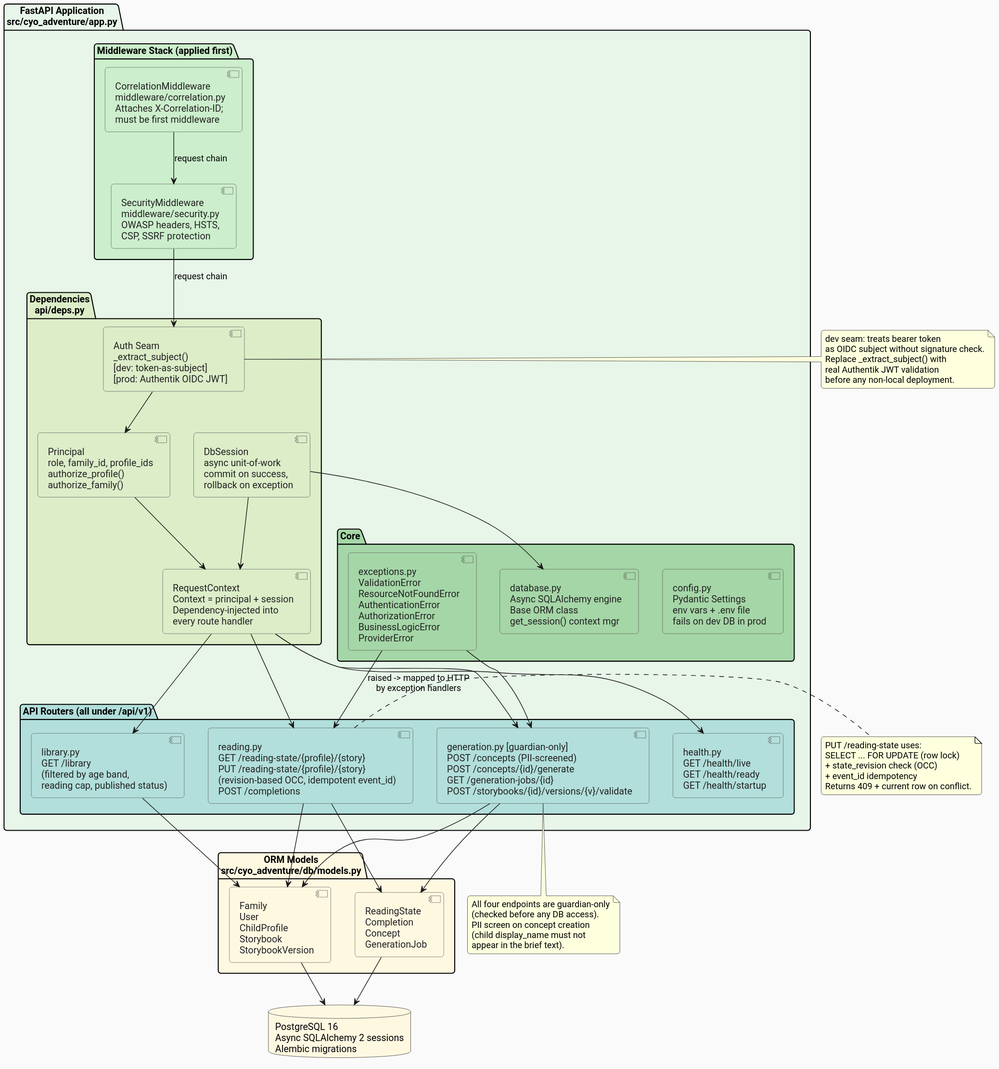
ByronWilliamsCPA/cyo-adventure keeps this PlantUML diagram as docs/architecture/diagrams/component-api-persistence.svg. Above is the earlier version. The source it was exported from:
```plantuml
@startuml

skinparam defaultFontName "Roboto"
skinparam backgroundColor #FAFAFA
skinparam roundCorner 8
skinparam componentStyle uml2

skinparam component {
  BorderColor #555555
  FontColor #222222
}

package "FastAPI Application\nsrc/cyo_adventure/app.py" #E8F5E9 {

  package "Middleware Stack (applied first)" #CCEECC {
    component "CorrelationMiddleware\nmiddleware/correlation.py\nAttaches X-Correlation-ID;\nmust be first middleware" as corr_mw #CCEECC
    component "SecurityMiddleware\nmiddleware/security.py\nOWASP headers, HSTS,\nCSP, SSRF protection" as sec_mw #CCEECC
  }

  package "Dependencies\napi/deps.py" #DCEDC8 {
    component "Auth Seam\n_extract_subject()\n[dev: token-as-subject]\n[prod: Authentik OIDC JWT]" as auth_seam #DCEDC8
    component "Principal\nrole, family_id, profile_ids\nauthorize_profile()\nauthorize_family()" as principal #DCEDC8
    component "DbSession\nasync unit-of-work\ncommit on success,\nrollback on exception" as db_session_dep #DCEDC8
    component "RequestContext\nContext = principal + session\nDependency-injected into\nevery route handler" as ctx #DCEDC8
  }

  package "API Routers (all under /api/v1)" #B2DFDB {
    component "health.py\nGET /health/live\nGET /health/ready\nGET /health/startup" as health_router #B2DFDB

    component "library.py\nGET /library\n(filtered by age band,\nreading cap, published status)" as library_router #B2DFDB

    component "reading.py\nGET /reading-state/{profile}/{story}\nPUT /reading-state/{profile}/{story}\n(revision-based OCC, idempotent event_id)\nPOST /completions" as reading_router #B2DFDB

    component "generation.py [guardian-only]\nPOST /concepts (PII-screened)\nPOST /concepts/{id}/generate\nGET /generation-jobs/{id}\nPOST /storybooks/{id}/versions/{v}/validate" as gen_router #B2DFDB
  }

  package "Core" #A5D6A7 {
    component "config.py\nPydantic Settings\nenv vars + .env file\nfails on dev DB in prod" as config #A5D6A7
    component "database.py\nAsync SQLAlchemy engine\nBase ORM class\nget_session() context mgr" as database #A5D6A7
    component "exceptions.py\nValidationError\nResourceNotFoundError\nAuthenticationError\nAuthorizationError\nBusinessLogicError\nProviderError" as exceptions #A5D6A7
  }

}

package "ORM Models\nsrc/cyo_adventure/db/models.py" #FFF8E1 {
  component "Family\nUser\nChildProfile\nStorybook\nStorybookVersion" as models_a #FFF8E1
  component "ReadingState\nCompletion\nConcept\nGenerationJob" as models_b #FFF8E1
}

database "PostgreSQL 16\nAsync SQLAlchemy 2 sessions\nAlembic migrations" as pg #FFF8E1

corr_mw --> sec_mw : "request chain"
sec_mw --> auth_seam : "request chain"
auth_seam --> principal
db_session_dep --> database
principal --> ctx
db_session_dep --> ctx
ctx --> reading_router
ctx --> library_router
ctx --> gen_router
ctx --> health_router

reading_router --> models_a
reading_router --> models_b
library_router --> models_a
gen_router --> models_a
gen_router --> models_b

models_a --> pg
models_b --> pg

exceptions --> reading_router : "raised -> mapped to HTTP\nby exception handlers"
exceptions --> gen_router

note right of auth_seam
  dev seam: treats bearer token
  as OIDC subject without signature check.
  Replace _extract_subject() with
  real Authentik JWT validation
  before any non-local deployment.
end note

note right of reading_router
  PUT /reading-state uses:
  SELECT ... FOR UPDATE (row lock)
  + state_revision check (OCC)
  + event_id idempotency
  Returns 409 + current row on conflict.
end note

note bottom of gen_router
  All four endpoints are guardian-only
  (checked before any DB access).
  PII screen on concept creation
  (child display_name must not
  appear in the brief text).
end note
@enduml
```
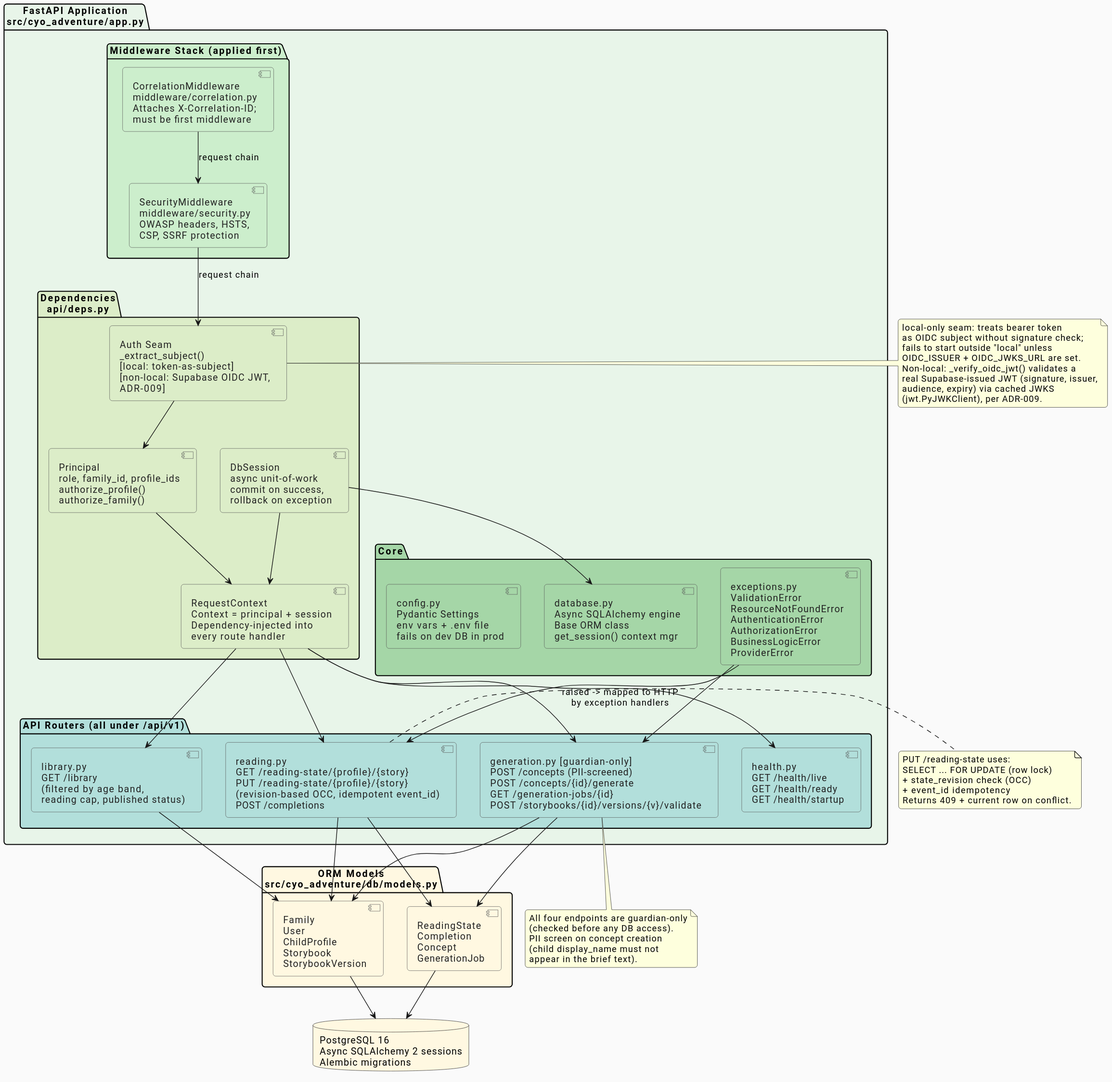
The same diagram one commit later.

Diff of the diagram source:
```diff
@@ -18,7 +18,7 @@
   }
 
   package "Dependencies\napi/deps.py" #DCEDC8 {
-    component "Auth Seam\n_extract_subject()\n[dev: token-as-subject]\n[prod: Authentik OIDC JWT]" as auth_seam #DCEDC8
+    component "Auth Seam\n_extract_subject()\n[local: token-as-subject]\n[non-local: Supabase OIDC JWT,\nADR-009]" as auth_seam #DCEDC8
     component "Principal\nrole, family_id, profile_ids\nauthorize_profile()\nauthorize_family()" as principal #DCEDC8
     component "DbSession\nasync unit-of-work\ncommit on success,\nrollback on exception" as db_session_dep #DCEDC8
     component "RequestContext\nContext = principal + session\nDependency-injected into\nevery route handler" as ctx #DCEDC8
@@ -73,11 +73,14 @@
 exceptions --> gen_router
 
 note right of auth_seam
-  dev seam: treats bearer token
-  as OIDC subject without signature check.
-  Replace _extract_subject() with
-  real Authentik JWT validation
-  before any non-local deployment.
+  local-only seam: treats bearer token
+  as OIDC subject without signature check;
+  fails to start outside "local" unless
+  OIDC_ISSUER + OIDC_JWKS_URL are set.
+  Non-local: _verify_oidc_jwt() validates a
+  real Supabase-issued JWT (signature, issuer,
+  audience, expiry) via cached JWKS
+  (jwt.PyJWKClient), per ADR-009.
 end note
 
 note right of reading_router
```
